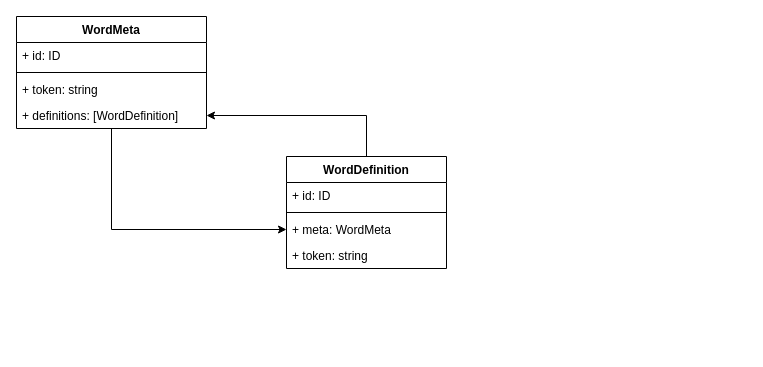
Before: documents/schema.drawio in softmarshmallow/robbin, a draw.io diagram. Source tidied: cells renumbered, new cells numbered last; positions are measured from the earlier drawing's top-left corner, leaving out a move shared by most shapes. Both pictures are drawn from the tidied source at 100%, with x=0, y=0 at pixel (16, 16).
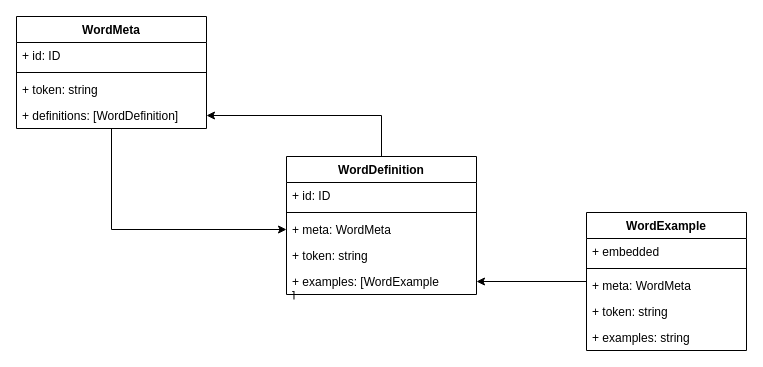
The same diagram, later.

The edit, as a diff of the source:
```diff
@@
     <mxCell id="9" value="WordDefinition" style="swimlane;fontStyle=1;align=center;verticalAlign=top;horizontal=1;startSize=26;" parent="1" vertex="1">
-      <mxGeometry x="270" y="140" width="160" height="112" as="geometry" />
+      <mxGeometry x="270" y="140" width="190" height="138" as="geometry" />
     </mxCell>
     <mxCell id="10" value="+ id: ID" style="text;strokeColor=none;fillColor=none;align=left;verticalAlign=top;spacingLeft=4;spacingRight=4;overflow=hidden;" parent="9" vertex="1">
-      <mxGeometry y="26" width="160" height="26" as="geometry" />
+      <mxGeometry y="26" width="190" height="26" as="geometry" />
     </mxCell>
     <mxCell id="11" style="line;strokeWidth=1;fillColor=none;align=left;verticalAlign=middle;spacingTop=-1;spacingLeft=3;spacingRight=3;labelPosition=right;" parent="9" vertex="1">
-      <mxGeometry y="52" width="160" height="8" as="geometry" />
+      <mxGeometry y="52" width="190" height="8" as="geometry" />
     </mxCell>
     <mxCell id="12" value="+ meta: WordMeta" style="text;strokeColor=none;fillColor=none;align=left;verticalAlign=top;spacingLeft=4;spacingRight=4;overflow=hidden;points=[[0,0.5],[1,0.5]];portConstraint=eastwest;" parent="9" vertex="1">
-      <mxGeometry y="60" width="160" height="26" as="geometry" />
+      <mxGeometry y="60" width="190" height="26" as="geometry" />
     </mxCell>
     <mxCell id="13" value="+ token: string" style="text;strokeColor=none;fillColor=none;align=left;verticalAlign=top;spacingLeft=4;spacingRight=4;overflow=hidden;" parent="9" vertex="1">
-      <mxGeometry y="86" width="160" height="26" as="geometry" />
+      <mxGeometry y="86" width="190" height="26" as="geometry" />
     </mxCell>
+    <mxCell id="14" value="+ examples: [WordExample&#10;]" style="text;strokeColor=none;fillColor=none;align=left;verticalAlign=top;spacingLeft=4;spacingRight=4;overflow=hidden;points=[[0,0.5],[1,0.5]];portConstraint=eastwest;" parent="9" vertex="1">
+      <mxGeometry y="112" width="190" height="26" as="geometry" />
+    </mxCell>
+    <mxCell id="15" style="edgeStyle=orthogonalEdgeStyle;rounded=0;jettySize=auto;html=1;" parent="1" edge="1" source="16" target="14">
+      <mxGeometry relative="1" as="geometry" />
+    </mxCell>
+    <mxCell id="16" value="WordExample" style="swimlane;fontStyle=1;align=center;verticalAlign=top;horizontal=1;startSize=26;" parent="1" vertex="1">
+      <mxGeometry x="570" y="196" width="160" height="138" as="geometry" />
+    </mxCell>
+    <mxCell id="17" value="+ embedded" style="text;strokeColor=none;fillColor=none;align=left;verticalAlign=top;spacingLeft=4;spacingRight=4;overflow=hidden;" parent="16" vertex="1">
+      <mxGeometry y="26" width="160" height="26" as="geometry" />
+    </mxCell>
+    <mxCell id="18" style="line;strokeWidth=1;fillColor=none;align=left;verticalAlign=middle;spacingTop=-1;spacingLeft=3;spacingRight=3;labelPosition=right;" parent="16" vertex="1">
+      <mxGeometry y="52" width="160" height="8" as="geometry" />
+    </mxCell>
+    <mxCell id="19" value="+ meta: WordMeta" style="text;strokeColor=none;fillColor=none;align=left;verticalAlign=top;spacingLeft=4;spacingRight=4;overflow=hidden;" parent="16" vertex="1">
+      <mxGeometry y="60" width="160" height="26" as="geometry" />
+    </mxCell>
+    <mxCell id="20" value="+ token: string" style="text;strokeColor=none;fillColor=none;align=left;verticalAlign=top;spacingLeft=4;spacingRight=4;overflow=hidden;" parent="16" vertex="1">
+      <mxGeometry y="86" width="160" height="26" as="geometry" />
+    </mxCell>
+    <mxCell id="21" value="+ examples: string" style="text;strokeColor=none;fillColor=none;align=left;verticalAlign=top;spacingLeft=4;spacingRight=4;overflow=hidden;" parent="16" vertex="1">
+      <mxGeometry y="112" width="160" height="26" as="geometry" />
+    </mxCell>
```
